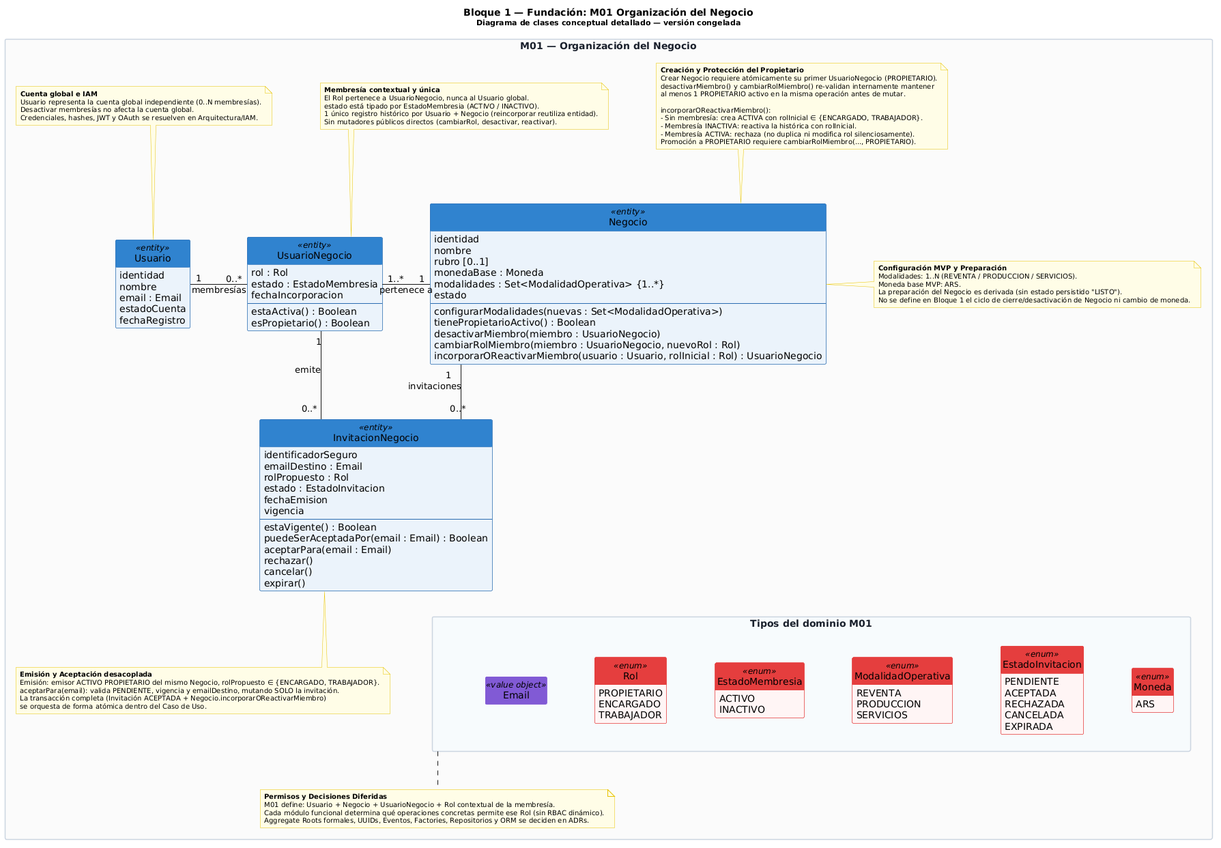
This is Proyecto-3-Extendido-Generico/modelo-dominio/bloque-1-fundacion/02-m01-organizacion-clases.png from Jorge10192/TP-Programacion2-UNSAM-2C2026, a PlantUML export, as it was before one commit. The source it was exported from:
```plantuml
@startuml
title Bloque 1 — Fundación: M01 Organización del Negocio\n<size:11>Diagrama de clases conceptual detallado — versión congelada</size>


skinparam classAttributeIconSize 0
skinparam linetype ortho
skinparam packageStyle rectangle
skinparam shadowing false
skinparam nodesep 70
skinparam ranksep 80
skinparam noteFontSize 10
skinparam noteBackgroundColor #FFFDE7
skinparam noteBorderColor #E6C200

hide circle
hide empty members

skinparam class {
    BackgroundColor<<entity>> #EBF3FA
    BorderColor<<entity>> #2B6CB0
    HeaderBackgroundColor<<entity>> #3182CE

    BackgroundColor<<value object>> #F3E8FA
    BorderColor<<value object>> #805AD5
    HeaderBackgroundColor<<value object>> #805AD5

    BackgroundColor<<enum>> #FFF5F5
    BorderColor<<enum>> #E53E3E
    HeaderBackgroundColor<<enum>> #E53E3E
}

skinparam package {
    BorderColor #CBD5E0
    BackgroundColor #FAFAFA
    FontColor #1A202C
    FontStyle bold
}

package "M01 — Organización del Negocio" as M01 {


  class Usuario <<entity>> {
    identidad
    nombre
    email : Email
    estadoCuenta
    fechaRegistro
  }

  class UsuarioNegocio <<entity>> {
    rol : Rol
    estado : EstadoMembresia
    fechaIncorporacion
    --
    estaActiva() : Boolean
    esPropietario() : Boolean
  }

  class Negocio <<entity>> {
    identidad
    nombre
    rubro [0..1]
    monedaBase : Moneda
    modalidades : Set<ModalidadOperativa> {1..*}
    estado
    --
    configurarModalidades(nuevas : Set<ModalidadOperativa>)
    tienePropietarioActivo() : Boolean
    desactivarMiembro(miembro : UsuarioNegocio)
    cambiarRolMiembro(miembro : UsuarioNegocio, nuevoRol : Rol)
    incorporarOReactivarMiembro(usuario : Usuario, rolInicial : Rol) : UsuarioNegocio
  }

  class InvitacionNegocio <<entity>> {
    identificadorSeguro
    emailDestino : Email
    rolPropuesto : Rol
    estado : EstadoInvitacion
    fechaEmision
    vigencia
    --
    estaVigente() : Boolean
    puedeSerAceptadaPor(email : Email) : Boolean
    aceptarPara(email : Email)
    rechazar()
    cancelar()
    expirar()
  }

  Usuario "1" -right- "0..*" UsuarioNegocio : membresías
  UsuarioNegocio "1..*" -right- "1" Negocio : pertenece a

  UsuarioNegocio "1" -down- "0..*" InvitacionNegocio : emite
  Negocio "1" -down- "0..*" InvitacionNegocio : invitaciones


  package "Tipos del dominio M01" as TiposM01 #F7FAFC {

    class Email <<value object>>

    enum Rol <<enum>> {
      PROPIETARIO
      ENCARGADO
      TRABAJADOR
    }

    enum EstadoMembresia <<enum>> {
      ACTIVO
      INACTIVO
    }

    enum ModalidadOperativa <<enum>> {
      REVENTA
      PRODUCCION
      SERVICIOS
    }

    enum EstadoInvitacion <<enum>> {
      PENDIENTE
      ACEPTADA
      RECHAZADA
      CANCELADA
      EXPIRADA
    }

    enum Moneda <<enum>> {
      ARS
    }

    Email -[hidden]right- Rol
    Rol -[hidden]right- EstadoMembresia
    EstadoMembresia -[hidden]right- ModalidadOperativa
    ModalidadOperativa -[hidden]right- EstadoInvitacion
    EstadoInvitacion -[hidden]right- Moneda
  }

  InvitacionNegocio -[hidden]down- TiposM01


  note top of Usuario
    <b>Cuenta global e IAM</b>
    Usuario representa la cuenta global independiente (0..N membresías).
    Desactivar membresías no afecta la cuenta global.
    Credenciales, hashes, JWT y OAuth se resuelven en Arquitectura/IAM.
  end note

  note top of UsuarioNegocio
    <b>Membresía contextual y única</b>
    El Rol pertenece a UsuarioNegocio, nunca al Usuario global.
    estado está tipado por EstadoMembresia (ACTIVO / INACTIVO).
    1 único registro histórico por Usuario + Negocio (reincorporar reutiliza entidad).
    Sin mutadores públicos directos (cambiarRol, desactivar, reactivar).
  end note

  note top of Negocio
    <b>Creación y Protección del Propietario</b>
    Crear Negocio requiere atómicamente su primer UsuarioNegocio (PROPIETARIO).
    desactivarMiembro() y cambiarRolMiembro() re-validan internamente mantener
    al menos 1 PROPIETARIO activo en la misma operación antes de mutar.

    incorporarOReactivarMiembro():
    - Sin membresía: crea ACTIVA con rolInicial ∈ {ENCARGADO, TRABAJADOR}.
    - Membresía INACTIVA: reactiva la histórica con rolInicial.
    - Membresía ACTIVA: rechaza (no duplica ni modifica rol silenciosamente).
    Promoción a PROPIETARIO requiere cambiarRolMiembro(..., PROPIETARIO).
  end note

  note right of Negocio
    <b>Configuración MVP y Preparación</b>
    Modalidades: 1..N (REVENTA / PRODUCCION / SERVICIOS).
    Moneda base MVP: ARS.
    La preparación del Negocio es derivada (sin estado persistido "LISTO").
    No se define en Bloque 1 el ciclo de cierre/desactivación de Negocio ni cambio de moneda.
  end note

  note bottom of InvitacionNegocio
    <b>Emisión y Aceptación desacoplada</b>
    Emisión: emisor ACTIVO PROPIETARIO del mismo Negocio, rolPropuesto ∈ {ENCARGADO, TRABAJADOR}.
    aceptarPara(email): valida PENDIENTE, vigencia y emailDestino, mutando SOLO la invitación.
    La transacción completa (Invitación ACEPTADA + Negocio.incorporarOReactivarMiembro)
    se orquesta de forma atómica dentro del Caso de Uso.
  end note

  note bottom of TiposM01
    <b>Permisos y Decisiones Diferidas</b>
    M01 define: Usuario + Negocio + UsuarioNegocio + Rol contextual de la membresía.
    Cada módulo funcional determina qué operaciones concretas permite ese Rol (sin RBAC dinámico).
    Aggregate Roots formales, UUIDs, Eventos, Factories, Repositorios y ORM se deciden en ADRs.
  end note
}
@enduml
```
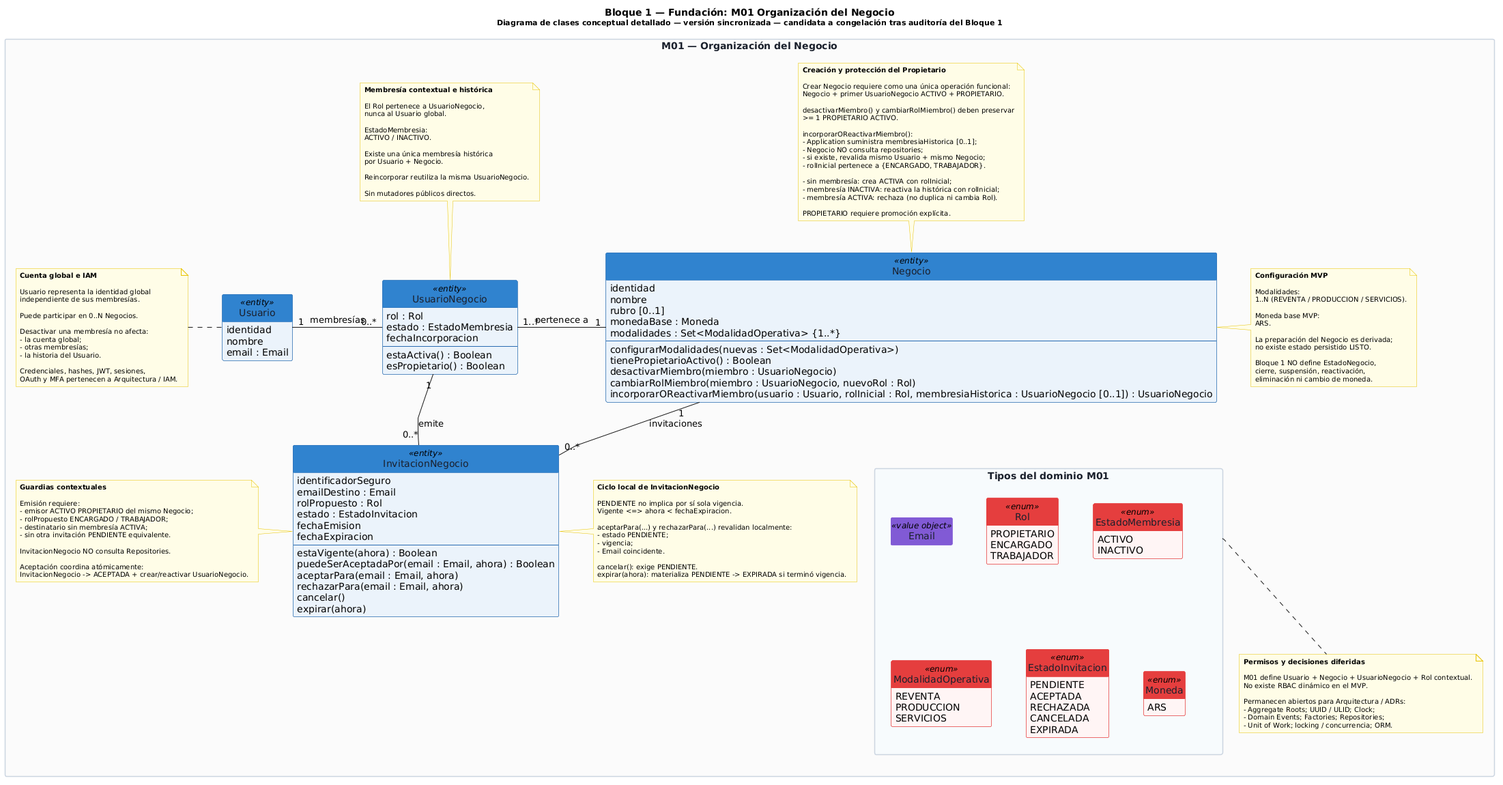
The same diagram one commit later.

Diff of the diagram source:
```diff
@@ -1,13 +1,14 @@
 @startuml
-title Bloque 1 — Fundación: M01 Organización del Negocio\n<size:11>Diagrama de clases conceptual detallado — versión congelada</size>
+title Bloque 1 — Fundación: M01 Organización del Negocio\n<size:11>Diagrama de clases conceptual detallado — versión sincronizada — candidata a congelación tras auditoría del Bloque 1</size>
 
 
 skinparam classAttributeIconSize 0
-skinparam linetype ortho
+skinparam linetype polyline
 skinparam packageStyle rectangle
 skinparam shadowing false
-skinparam nodesep 70
-skinparam ranksep 80
+skinparam nodesep 50
+skinparam ranksep 45
+
 skinparam noteFontSize 10
 skinparam noteBackgroundColor #FFFDE7
 skinparam noteBorderColor #E6C200
@@ -19,14 +20,17 @@
     BackgroundColor<<entity>> #EBF3FA
     BorderColor<<entity>> #2B6CB0
     HeaderBackgroundColor<<entity>> #3182CE
+    FontColor<<entity>> #1A202C
 
     BackgroundColor<<value object>> #F3E8FA
     BorderColor<<value object>> #805AD5
     HeaderBackgroundColor<<value object>> #805AD5
+    FontColor<<value object>> #1A202C
 
     BackgroundColor<<enum>> #FFF5F5
     BorderColor<<enum>> #E53E3E
     HeaderBackgroundColor<<enum>> #E53E3E
+    FontColor<<enum>> #1A202C
 }
 
 skinparam package {
@@ -36,156 +40,224 @@
     FontStyle bold
 }
 
+
+
 package "M01 — Organización del Negocio" as M01 {
 
 
-  class Usuario <<entity>> {
-    identidad
-    nombre
-    email : Email
-    estadoCuenta
-    fechaRegistro
-  }
+    class Usuario <<entity>> {
+        identidad
+        nombre
+        email : Email
+    }
 
-  class UsuarioNegocio <<entity>> {
-    rol : Rol
-    estado : EstadoMembresia
-    fechaIncorporacion
-    --
-    estaActiva() : Boolean
-    esPropietario() : Boolean
-  }
+    class UsuarioNegocio <<entity>> {
+        rol : Rol
+        estado : EstadoMembresia
+        fechaIncorporacion
+        --
+        estaActiva() : Boolean
+        esPropietario() : Boolean
+    }
 
-  class Negocio <<entity>> {
-    identidad
-    nombre
-    rubro [0..1]
-    monedaBase : Moneda
-    modalidades : Set<ModalidadOperativa> {1..*}
-    estado
-    --
-    configurarModalidades(nuevas : Set<ModalidadOperativa>)
-    tienePropietarioActivo() : Boolean
-    desactivarMiembro(miembro : UsuarioNegocio)
-    cambiarRolMiembro(miembro : UsuarioNegocio, nuevoRol : Rol)
-    incorporarOReactivarMiembro(usuario : Usuario, rolInicial : Rol) : UsuarioNegocio
-  }
+    class Negocio <<entity>> {
+        identidad
+        nombre
+        rubro [0..1]
+        monedaBase : Moneda
+        modalidades : Set<ModalidadOperativa> {1..*}
+        --
+        configurarModalidades(nuevas : Set<ModalidadOperativa>)
+        tienePropietarioActivo() : Boolean
+        desactivarMiembro(miembro : UsuarioNegocio)
+        cambiarRolMiembro(miembro : UsuarioNegocio, nuevoRol : Rol)
+        incorporarOReactivarMiembro(usuario : Usuario, rolInicial : Rol, membresiaHistorica : UsuarioNegocio [0..1]) : UsuarioNegocio
+    }
 
-  class InvitacionNegocio <<entity>> {
-    identificadorSeguro
-    emailDestino : Email
-    rolPropuesto : Rol
-    estado : EstadoInvitacion
-    fechaEmision
-    vigencia
-    --
-    estaVigente() : Boolean
-    puedeSerAceptadaPor(email : Email) : Boolean
-    aceptarPara(email : Email)
-    rechazar()
-    cancelar()
-    expirar()
-  }
-
-  Usuario "1" -right- "0..*" UsuarioNegocio : membresías
-  UsuarioNegocio "1..*" -right- "1" Negocio : pertenece a
-
-  UsuarioNegocio "1" -down- "0..*" InvitacionNegocio : emite
-  Negocio "1" -down- "0..*" InvitacionNegocio : invitaciones
+    class InvitacionNegocio <<entity>> {
+        identificadorSeguro
+        emailDestino : Email
+        rolPropuesto : Rol
+        estado : EstadoInvitacion
+        fechaEmision
+        fechaExpiracion
+        --
+        estaVigente(ahora) : Boolean
+        puedeSerAceptadaPor(email : Email, ahora) : Boolean
+        aceptarPara(email : Email, ahora)
+        rechazarPara(email : Email, ahora)
+        cancelar()
+        expirar(ahora)
+    }
 
 
-  package "Tipos del dominio M01" as TiposM01 #F7FAFC {
 
-    class Email <<value object>>
+    package "Tipos del dominio M01" as TiposM01 #F7FAFC {
 
-    enum Rol <<enum>> {
-      PROPIETARIO
-      ENCARGADO
-      TRABAJADOR
+        class Email <<value object>>
+
+        enum Rol <<enum>> {
+            PROPIETARIO
+            ENCARGADO
+            TRABAJADOR
+        }
+
+        enum EstadoMembresia <<enum>> {
+            ACTIVO
+            INACTIVO
+        }
+
+        enum ModalidadOperativa <<enum>> {
+            REVENTA
+            PRODUCCION
+            SERVICIOS
+        }
+
+        enum EstadoInvitacion <<enum>> {
+            PENDIENTE
+            ACEPTADA
+            RECHAZADA
+            CANCELADA
+            EXPIRADA
+        }
+
+        enum Moneda <<enum>> {
+            ARS
+        }
     }
 
-    enum EstadoMembresia <<enum>> {
-      ACTIVO
-      INACTIVO
-    }
-
-    enum ModalidadOperativa <<enum>> {
-      REVENTA
-      PRODUCCION
-      SERVICIOS
-    }
-
-    enum EstadoInvitacion <<enum>> {
-      PENDIENTE
-      ACEPTADA
-      RECHAZADA
-      CANCELADA
-      EXPIRADA
-    }
-
-    enum Moneda <<enum>> {
-      ARS
-    }
-
-    Email -[hidden]right- Rol
-    Rol -[hidden]right- EstadoMembresia
-    EstadoMembresia -[hidden]right- ModalidadOperativa
-    ModalidadOperativa -[hidden]right- EstadoInvitacion
-    EstadoInvitacion -[hidden]right- Moneda
-  }
-
-  InvitacionNegocio -[hidden]down- TiposM01
 
 
-  note top of Usuario
-    <b>Cuenta global e IAM</b>
-    Usuario representa la cuenta global independiente (0..N membresías).
-    Desactivar membresías no afecta la cuenta global.
-    Credenciales, hashes, JWT y OAuth se resuelven en Arquitectura/IAM.
-  end note
+    Usuario "1" -- "0..*" UsuarioNegocio : membresías
 
-  note top of UsuarioNegocio
-    <b>Membresía contextual y única</b>
-    El Rol pertenece a UsuarioNegocio, nunca al Usuario global.
-    estado está tipado por EstadoMembresia (ACTIVO / INACTIVO).
-    1 único registro histórico por Usuario + Negocio (reincorporar reutiliza entidad).
-    Sin mutadores públicos directos (cambiarRol, desactivar, reactivar).
-  end note
+    UsuarioNegocio "1..*" -- "1" Negocio : pertenece a
 
-  note top of Negocio
-    <b>Creación y Protección del Propietario</b>
-    Crear Negocio requiere atómicamente su primer UsuarioNegocio (PROPIETARIO).
-    desactivarMiembro() y cambiarRolMiembro() re-validan internamente mantener
-    al menos 1 PROPIETARIO activo en la misma operación antes de mutar.
+    UsuarioNegocio "1" -- "0..*" InvitacionNegocio : emite
 
-    incorporarOReactivarMiembro():
-    - Sin membresía: crea ACTIVA con rolInicial ∈ {ENCARGADO, TRABAJADOR}.
-    - Membresía INACTIVA: reactiva la histórica con rolInicial.
-    - Membresía ACTIVA: rechaza (no duplica ni modifica rol silenciosamente).
-    Promoción a PROPIETARIO requiere cambiarRolMiembro(..., PROPIETARIO).
-  end note
+    Negocio "1" -- "0..*" InvitacionNegocio : invitaciones
 
-  note right of Negocio
-    <b>Configuración MVP y Preparación</b>
-    Modalidades: 1..N (REVENTA / PRODUCCION / SERVICIOS).
-    Moneda base MVP: ARS.
-    La preparación del Negocio es derivada (sin estado persistido "LISTO").
-    No se define en Bloque 1 el ciclo de cierre/desactivación de Negocio ni cambio de moneda.
-  end note
 
-  note bottom of InvitacionNegocio
-    <b>Emisión y Aceptación desacoplada</b>
-    Emisión: emisor ACTIVO PROPIETARIO del mismo Negocio, rolPropuesto ∈ {ENCARGADO, TRABAJADOR}.
-    aceptarPara(email): valida PENDIENTE, vigencia y emailDestino, mutando SOLO la invitación.
-    La transacción completa (Invitación ACEPTADA + Negocio.incorporarOReactivarMiembro)
-    se orquesta de forma atómica dentro del Caso de Uso.
-  end note
 
-  note bottom of TiposM01
-    <b>Permisos y Decisiones Diferidas</b>
-    M01 define: Usuario + Negocio + UsuarioNegocio + Rol contextual de la membresía.
-    Cada módulo funcional determina qué operaciones concretas permite ese Rol (sin RBAC dinámico).
-    Aggregate Roots formales, UUIDs, Eventos, Factories, Repositorios y ORM se deciden en ADRs.
-  end note
+    Usuario -[hidden]right-> UsuarioNegocio
+    UsuarioNegocio -[hidden]right-> Negocio
+    UsuarioNegocio -[hidden]down-> InvitacionNegocio
+    InvitacionNegocio -[hidden]right-> TiposM01
+
+
+
+    note left of Usuario
+        <b>Cuenta global e IAM</b>
+
+        Usuario representa la identidad global
+        independiente de sus membresías.
+
+        Puede participar en 0..N Negocios.
+
+        Desactivar una membresía no afecta:
+        - la cuenta global;
+        - otras membresías;
+        - la historia del Usuario.
+
+        Credenciales, hashes, JWT, sesiones,
+        OAuth y MFA pertenecen a Arquitectura / IAM.
+    end note
+
+    note top of UsuarioNegocio
+        <b>Membresía contextual e histórica</b>
+
+        El Rol pertenece a UsuarioNegocio,
+        nunca al Usuario global.
+
+        EstadoMembresia:
+        ACTIVO / INACTIVO.
+
+        Existe una única membresía histórica
+        por Usuario + Negocio.
+
+        Reincorporar reutiliza la misma UsuarioNegocio.
+
+        Sin mutadores públicos directos.
+    end note
+
+    note top of Negocio
+        <b>Creación y protección del Propietario</b>
+
+        Crear Negocio requiere como una única operación funcional:
+        Negocio + primer UsuarioNegocio ACTIVO + PROPIETARIO.
+
+        desactivarMiembro() y cambiarRolMiembro() deben preservar
+        >= 1 PROPIETARIO ACTIVO.
+
+        incorporarOReactivarMiembro():
+        - Application suministra membresiaHistorica [0..1];
+        - Negocio NO consulta repositories;
+        - si existe, revalida mismo Usuario + mismo Negocio;
+        - rolInicial pertenece a {ENCARGADO, TRABAJADOR}.
+
+        - sin membresía: crea ACTIVA con rolInicial;
+        - membresía INACTIVA: reactiva la histórica con rolInicial;
+        - membresía ACTIVA: rechaza (no duplica ni cambia Rol).
+
+        PROPIETARIO requiere promoción explícita.
+    end note
+
+    note right of Negocio
+        <b>Configuración MVP</b>
+
+        Modalidades:
+        1..N (REVENTA / PRODUCCION / SERVICIOS).
+
+        Moneda base MVP:
+        ARS.
+
+        La preparación del Negocio es derivada;
+        no existe estado persistido LISTO.
+
+        Bloque 1 NO define EstadoNegocio,
+        cierre, suspensión, reactivación,
+        eliminación ni cambio de moneda.
+    end note
+
+    note left of InvitacionNegocio
+        <b>Guardias contextuales</b>
+
+        Emisión requiere:
+        - emisor ACTIVO PROPIETARIO del mismo Negocio;
+        - rolPropuesto ENCARGADO / TRABAJADOR;
+        - destinatario sin membresía ACTIVA;
+        - sin otra invitación PENDIENTE equivalente.
+
+        InvitacionNegocio NO consulta Repositories.
+
+        Aceptación coordina atómicamente:
+        InvitacionNegocio -> ACEPTADA + crear/reactivar UsuarioNegocio.
+    end note
+
+    note right of InvitacionNegocio
+        <b>Ciclo local de InvitacionNegocio</b>
+
+        PENDIENTE no implica por sí sola vigencia.
+        Vigente <=> ahora < fechaExpiracion.
+
+        aceptarPara(...) y rechazarPara(...) revalidan localmente:
+        - estado PENDIENTE;
+        - vigencia;
+        - Email coincidente.
+
+        cancelar(): exige PENDIENTE.
+        expirar(ahora): materializa PENDIENTE -> EXPIRADA si terminó vigencia.
+    end note
+
+    note bottom of TiposM01
+        <b>Permisos y decisiones diferidas</b>
+
+        M01 define Usuario + Negocio + UsuarioNegocio + Rol contextual.
+        No existe RBAC dinámico en el MVP.
+
+        Permanecen abiertos para Arquitectura / ADRs:
+        - Aggregate Roots; UUID / ULID; Clock;
+        - Domain Events; Factories; Repositories;
+        - Unit of Work; locking / concurrencia; ORM.
+    end note
 }
 @enduml
```
